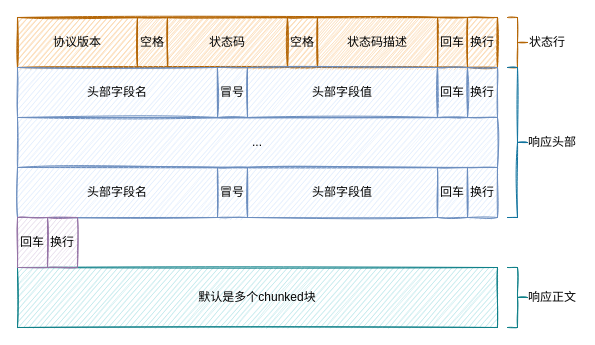
This is ck http chunk data.drawio from leonce28/draw-io-img, a draw.io file, before an edit. Source tidied: cells renumbered, new cells numbered last; positions are measured from the earlier drawing's top-left corner, leaving out a move shared by most shapes. Both pictures are drawn from the tidied source at 100%, with x=0, y=0 at pixel (17, 17).
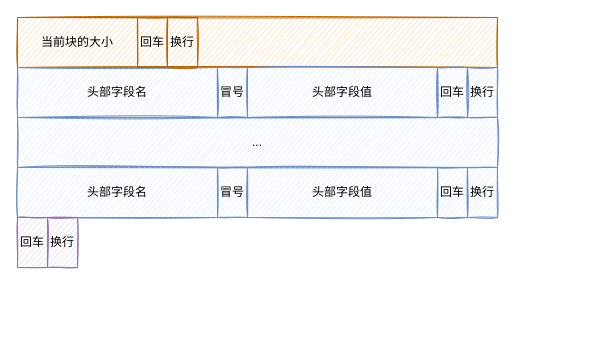
The same diagram, later.

What changed in the source:
```diff
@@
-    <mxCell id="3" value="协议版本" style="rounded=0;whiteSpace=wrap;html=1;fillStyle=auto;fillColor=#fad7ac;gradientDirection=north;sketch=1;strokeColor=#b46504;" parent="1" vertex="1">
+    <mxCell id="3" value="当前块的大小" style="rounded=0;whiteSpace=wrap;html=1;fillStyle=auto;fillColor=none;gradientDirection=north;sketch=0;strokeColor=#b46504;" parent="1" vertex="1">
       <mxGeometry width="120" height="50" as="geometry" />
     </mxCell>
-    <mxCell id="4" value="空格" style="rounded=0;whiteSpace=wrap;html=1;fillStyle=auto;fillColor=#fad7ac;gradientDirection=north;sketch=1;strokeColor=#b46504;" parent="1" vertex="1">
-      <mxGeometry x="120" width="30" height="50" as="geometry" />
-    </mxCell>
-    <mxCell id="5" value="状态码" style="rounded=0;whiteSpace=wrap;html=1;fillStyle=auto;fillColor=#fad7ac;gradientDirection=north;sketch=1;strokeColor=#b46504;" parent="1" vertex="1">
-      <mxGeometry x="150" width="120" height="50" as="geometry" />
-    </mxCell>
-    <mxCell id="6" value="空格" style="rounded=0;whiteSpace=wrap;html=1;fillStyle=auto;fillColor=#fad7ac;gradientDirection=north;sketch=1;strokeColor=#b46504;" parent="1" vertex="1">
-      <mxGeometry x="270" width="30" height="50" as="geometry" />
-    </mxCell>
-    <mxCell id="7" value="状态码描述" style="rounded=0;whiteSpace=wrap;html=1;fillStyle=auto;fillColor=#fad7ac;gradientDirection=north;sketch=1;strokeColor=#b46504;" parent="1" vertex="1">
-      <mxGeometry x="300" width="120" height="50" as="geometry" />
-    </mxCell>
-    <mxCell id="8" value="回车" style="rounded=0;whiteSpace=wrap;html=1;fillStyle=auto;fillColor=#fad7ac;gradientDirection=north;sketch=1;strokeColor=#b46504;" parent="1" vertex="1">
-      <mxGeometry x="420" width="30" height="50" as="geometry" />
-    </mxCell>
-    <mxCell id="9" value="换行" style="rounded=0;whiteSpace=wrap;html=1;fillStyle=auto;fillColor=#fad7ac;gradientDirection=north;sketch=1;strokeColor=#b46504;" parent="1" vertex="1">
-      <mxGeometry x="450" width="30" height="50" as="geometry" />
-    </mxCell>
-    <mxCell id="10" style="shape=curlyBracket;whiteSpace=wrap;html=1;rounded=0;flipH=1;fillStyle=auto;fillColor=#fad7ac;gradientDirection=north;sketch=1;strokeColor=#b46504;" parent="1" vertex="1">
-      <mxGeometry x="490" width="20" height="50" as="geometry" />
-    </mxCell>
-    <mxCell id="11" value="状态行" style="text;html=1;align=center;verticalAlign=middle;whiteSpace=wrap;rounded=0;fillStyle=auto;sketch=1;" parent="1" vertex="1">
-      <mxGeometry x="510" y="10" width="40" height="30" as="geometry" />
-    </mxCell>
@@
-    <mxCell id="23" style="shape=curlyBracket;whiteSpace=wrap;html=1;rounded=0;flipH=1;fillStyle=auto;gradientDirection=north;sketch=1;fillColor=#b1ddf0;strokeColor=#10739e;" parent="1" vertex="1">
-      <mxGeometry x="490" y="50" width="20" height="150" as="geometry" />
-    </mxCell>
-    <mxCell id="24" value="响应头部" style="text;html=1;align=center;verticalAlign=middle;whiteSpace=wrap;rounded=0;fillStyle=auto;sketch=1;" parent="1" vertex="1">
-      <mxGeometry x="510" y="110" width="50" height="30" as="geometry" />
-    </mxCell>
-    <mxCell id="25" value="默认是多个chunked块" style="rounded=0;whiteSpace=wrap;html=1;fillStyle=auto;fillColor=#b0e3e6;gradientDirection=north;sketch=1;strokeColor=#0e8088;" parent="1" vertex="1">
-      <mxGeometry y="250" width="480" height="60" as="geometry" />
-    </mxCell>
-    <mxCell id="26" style="shape=curlyBracket;whiteSpace=wrap;html=1;rounded=0;flipH=1;fillStyle=auto;fillColor=#b0e3e6;gradientDirection=north;sketch=1;strokeColor=#0e8088;" parent="1" vertex="1">
-      <mxGeometry x="490" y="250" width="20" height="60" as="geometry" />
-    </mxCell>
-    <mxCell id="27" value="响应正文" style="text;html=1;align=center;verticalAlign=middle;whiteSpace=wrap;rounded=0;fillStyle=auto;sketch=1;" parent="1" vertex="1">
-      <mxGeometry x="510" y="265" width="50" height="30" as="geometry" />
-    </mxCell>
@@
+    <mxCell id="8" value="回车" style="rounded=0;whiteSpace=wrap;html=1;fillStyle=auto;fillColor=none;gradientDirection=north;sketch=1;strokeColor=#b46504;" parent="1" vertex="1">
+      <mxGeometry x="120" width="30" height="50" as="geometry" />
+    </mxCell>
+    <mxCell id="9" value="换行" style="rounded=0;whiteSpace=wrap;html=1;fillStyle=auto;fillColor=none;gradientDirection=north;sketch=1;strokeColor=#b46504;" parent="1" vertex="1">
+      <mxGeometry x="150" width="30" height="50" as="geometry" />
+    </mxCell>
```
